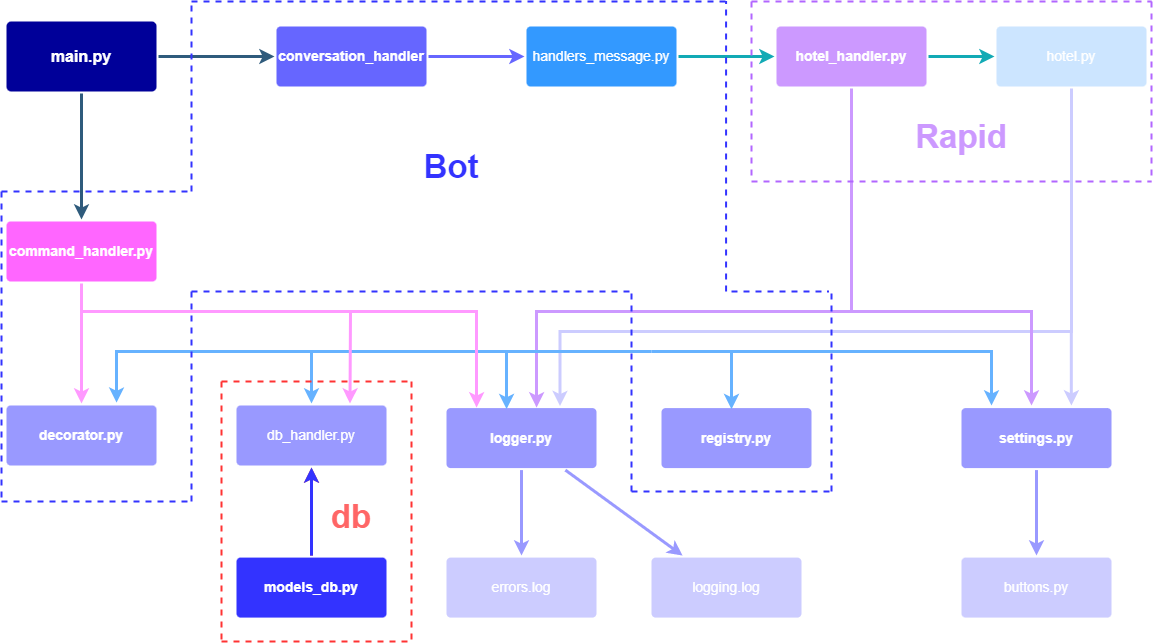
Above: demo.png in nosenkoek/telegram-bot-hotels (draw.io), before the change. Source tidied: cells renumbered, new cells last; positions are measured from the earlier drawing's top-left corner, leaving out a move shared by most shapes.
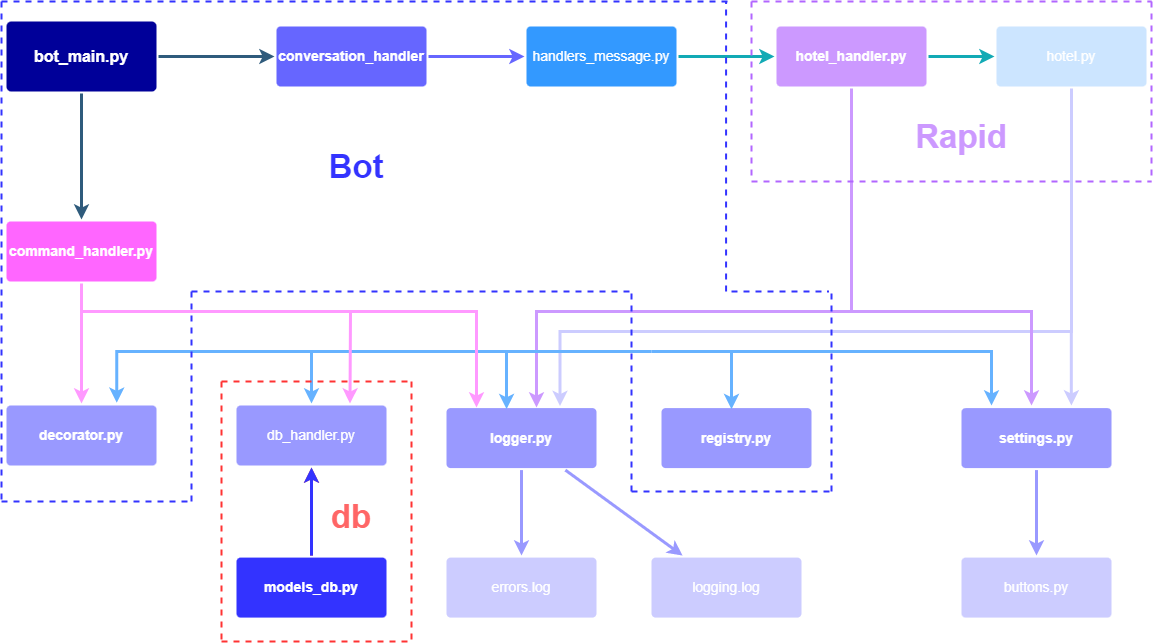
Above is the later version.

The edit, as a diff of the source:
```diff
@@ -8,7 +8,7 @@
     <mxCell id="3" style="edgeStyle=none;rounded=0;jumpStyle=none;html=1;shadow=0;labelBackgroundColor=none;startArrow=none;startFill=0;endArrow=classic;endFill=1;jettySize=auto;strokeColor=#2F5B7C;strokeWidth=3;fontFamily=Helvetica;fontSize=16;fontColor=#23445D;spacing=5;" parent="1" edge="1" source="4" target="13">
       <mxGeometry relative="1" as="geometry" />
     </mxCell>
-    <mxCell id="4" value="main.py" style="rounded=1;whiteSpace=wrap;html=1;shadow=0;labelBackgroundColor=none;strokeColor=none;strokeWidth=3;fillColor=#000099;fontFamily=Helvetica;fontSize=16;fontColor=#FFFFFF;align=center;fontStyle=1;spacing=5;arcSize=7;perimeterSpacing=2;" parent="1" vertex="1">
+    <mxCell id="4" value="bot_main.py" style="rounded=1;whiteSpace=wrap;html=1;shadow=0;labelBackgroundColor=none;strokeColor=none;strokeWidth=3;fillColor=#000099;fontFamily=Helvetica;fontSize=16;fontColor=#FFFFFF;align=center;fontStyle=1;spacing=5;arcSize=7;perimeterSpacing=2;" parent="1" vertex="1">
       <mxGeometry x="5" y="20" width="150" height="70" as="geometry" />
     </mxCell>
     <mxCell id="5" style="edgeStyle=none;rounded=1;jumpStyle=none;html=1;shadow=0;labelBackgroundColor=none;startArrow=none;startFill=0;jettySize=auto;strokeColor=#9999FF;strokeWidth=3;fontFamily=Helvetica;fontSize=14;fontColor=#FFFFFF;spacing=5;fontStyle=1;fillColor=#b0e3e6;" parent="1" edge="1" source="7" target="9">
@@ -159,27 +159,15 @@
     <mxCell id="37" value="buttons.py" style="rounded=1;whiteSpace=wrap;html=1;shadow=0;labelBackgroundColor=none;strokeColor=none;strokeWidth=3;fillColor=#CCCCFF;fontFamily=Helvetica;fontSize=14;fontColor=#FFFFFF;align=center;spacing=5;fontStyle=0;arcSize=7;perimeterSpacing=2;" parent="1" vertex="1">
       <mxGeometry x="960" y="556.1" width="150" height="60" as="geometry" />
     </mxCell>
-    <mxCell id="38" style="endArrow=none;dashed=1;html=1;strokeWidth=2;rounded=0;strokeColor=#3333FF;" parent="1" edge="1">
-      <mxGeometry relative="1" as="geometry">
-        <mxPoint y="190" as="sourcePoint" />
-        <mxPoint x="190" y="190" as="targetPoint" />
-      </mxGeometry>
-    </mxCell>
-    <mxCell id="39" style="endArrow=none;dashed=1;html=1;strokeWidth=2;rounded=0;strokeColor=#3333FF;" parent="1" edge="1">
-      <mxGeometry relative="1" as="geometry">
-        <mxPoint x="190" y="190" as="sourcePoint" />
-        <mxPoint x="190" as="targetPoint" />
-      </mxGeometry>
-    </mxCell>
     <mxCell id="40" style="endArrow=none;dashed=1;html=1;strokeWidth=2;rounded=0;strokeColor=#3333FF;" parent="1" edge="1">
       <mxGeometry relative="1" as="geometry">
-        <mxPoint x="190" as="sourcePoint" />
+        <mxPoint as="sourcePoint" />
         <mxPoint x="730" as="targetPoint" />
       </mxGeometry>
     </mxCell>
     <mxCell id="41" style="endArrow=none;dashed=1;html=1;strokeWidth=2;rounded=0;strokeColor=#3333FF;" parent="1" edge="1">
       <mxGeometry relative="1" as="geometry">
-        <mxPoint y="190" as="sourcePoint" />
+        <mxPoint as="sourcePoint" />
         <mxPoint y="500" as="targetPoint" />
       </mxGeometry>
     </mxCell>
@@ -241,7 +229,7 @@
       </mxGeometry>
     </mxCell>
     <mxCell id="51" value="Bot" style="text;html=1;strokeColor=none;fillColor=none;align=center;verticalAlign=middle;whiteSpace=wrap;rounded=0;fontColor=#3333FF;fontSize=33;fontStyle=1;" parent="1" vertex="1">
-      <mxGeometry x="380" y="150" width="140" height="30" as="geometry" />
+      <mxGeometry x="285" y="150" width="140" height="30" as="geometry" />
     </mxCell>
     <mxCell id="52" style="endArrow=none;dashed=1;html=1;strokeWidth=2;rounded=0;strokeColor=#B266FF;" parent="1" edge="1">
       <mxGeometry relative="1" as="geometry">
```
